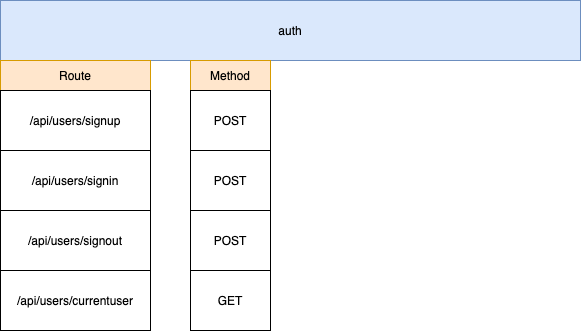
Earlier version of the draw.io export ticketing.png (aidenhsy/ticketing). Source tidied: cells renumbered, new cells last; positions are measured from the earlier drawing's top-left corner, leaving out a move shared by most shapes.
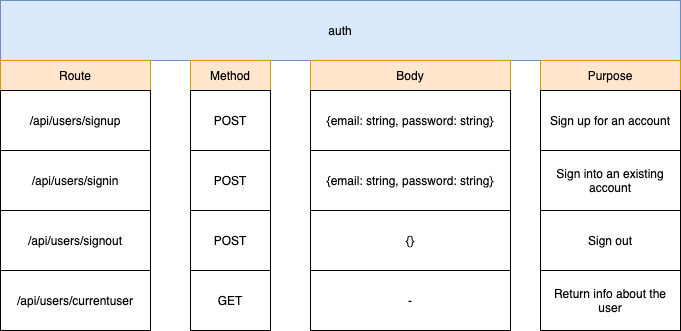
The same file after the commit.

Commit message:
Auth Service

Diff of the diagram source:
```diff
@@ -3,7 +3,7 @@
     <mxCell id="0" />
     <mxCell id="1" parent="0" />
     <mxCell id="2" value="auth" style="rounded=0;whiteSpace=wrap;html=1;fillColor=#dae8fc;strokeColor=#6c8ebf;" parent="1" vertex="1">
-      <mxGeometry width="580" height="60" as="geometry" />
+      <mxGeometry width="680" height="60" as="geometry" />
     </mxCell>
     <mxCell id="3" value="Route" style="rounded=0;whiteSpace=wrap;html=1;fillColor=#ffe6cc;strokeColor=#d79b00;" parent="1" vertex="1">
       <mxGeometry y="60" width="150" height="30" as="geometry" />
@@ -35,5 +35,35 @@
     <mxCell id="12" value="GET" style="rounded=0;whiteSpace=wrap;html=1;" parent="1" vertex="1">
       <mxGeometry x="190" y="270" width="80" height="60" as="geometry" />
     </mxCell>
+    <mxCell id="13" value="Body" style="rounded=0;whiteSpace=wrap;html=1;fillColor=#ffe6cc;strokeColor=#d79b00;" parent="1" vertex="1">
+      <mxGeometry x="310" y="60" width="200" height="30" as="geometry" />
+    </mxCell>
+    <mxCell id="14" value="{email: string, password: string}" style="rounded=0;whiteSpace=wrap;html=1;" parent="1" vertex="1">
+      <mxGeometry x="310" y="90" width="200" height="60" as="geometry" />
+    </mxCell>
+    <mxCell id="15" value="Purpose" style="rounded=0;whiteSpace=wrap;html=1;fillColor=#ffe6cc;strokeColor=#d79b00;" parent="1" vertex="1">
+      <mxGeometry x="540" y="60" width="140" height="30" as="geometry" />
+    </mxCell>
+    <mxCell id="16" value="Sign up for an account" style="rounded=0;whiteSpace=wrap;html=1;" parent="1" vertex="1">
+      <mxGeometry x="540" y="90" width="140" height="60" as="geometry" />
+    </mxCell>
+    <mxCell id="17" value="{email: string, password: string}" style="rounded=0;whiteSpace=wrap;html=1;" parent="1" vertex="1">
+      <mxGeometry x="310" y="150" width="200" height="60" as="geometry" />
+    </mxCell>
+    <mxCell id="18" value="Sign into an existing account" style="rounded=0;whiteSpace=wrap;html=1;" parent="1" vertex="1">
+      <mxGeometry x="540" y="150" width="140" height="60" as="geometry" />
+    </mxCell>
+    <mxCell id="19" value="{}" style="rounded=0;whiteSpace=wrap;html=1;" parent="1" vertex="1">
+      <mxGeometry x="310" y="210" width="200" height="60" as="geometry" />
+    </mxCell>
+    <mxCell id="20" value="Sign out" style="rounded=0;whiteSpace=wrap;html=1;" parent="1" vertex="1">
+      <mxGeometry x="540" y="210" width="140" height="60" as="geometry" />
+    </mxCell>
+    <mxCell id="21" value="-" style="rounded=0;whiteSpace=wrap;html=1;" parent="1" vertex="1">
+      <mxGeometry x="310" y="270" width="200" height="60" as="geometry" />
+    </mxCell>
+    <mxCell id="22" value="Return info about the user" style="rounded=0;whiteSpace=wrap;html=1;" parent="1" vertex="1">
+      <mxGeometry x="540" y="270" width="140" height="60" as="geometry" />
+    </mxCell>
   </root>
 </mxGraphModel>
```
